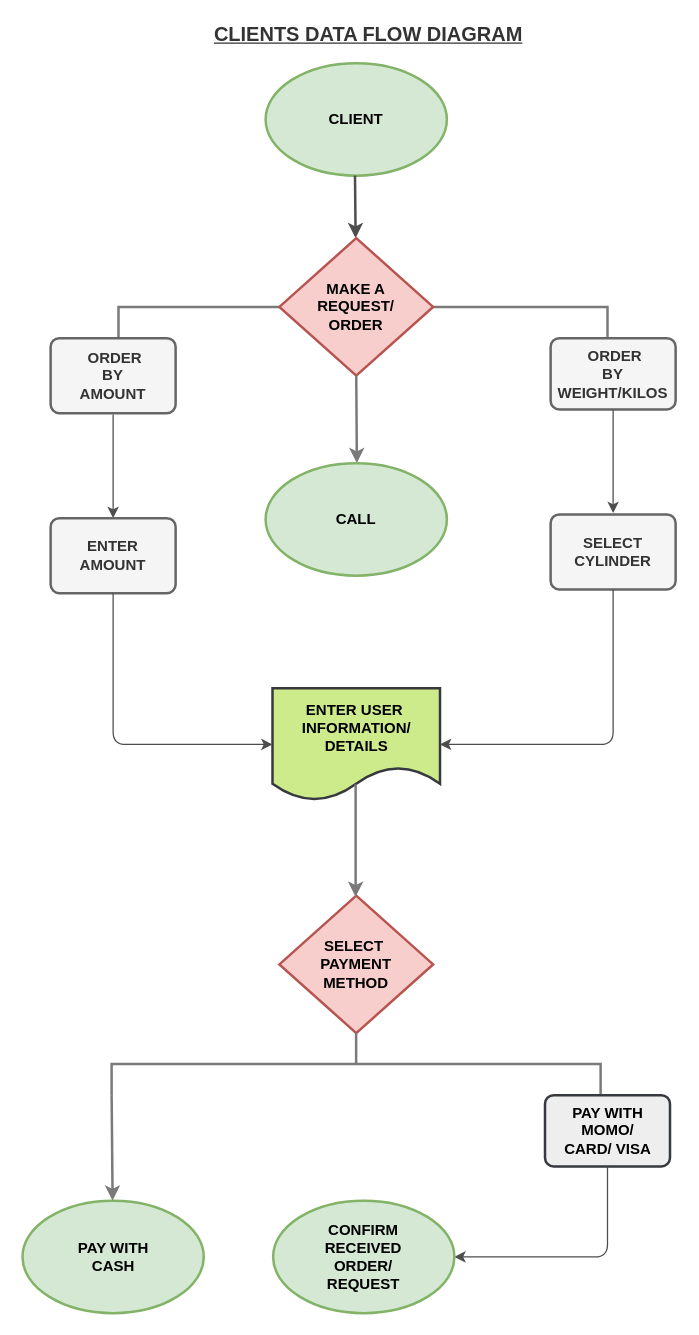
Above: page "CLIENTS" (1 of 3) of Untitled Diagram.drawio in bamfokbq/error404 (draw.io), before the change. Source tidied: cells renumbered, new cells numbered last; positions are measured from the earlier drawing's top-left corner, leaving out a move shared by most shapes. Both pictures are drawn from the tidied source at 125%, with x=0, y=0 at pixel (22, 21).
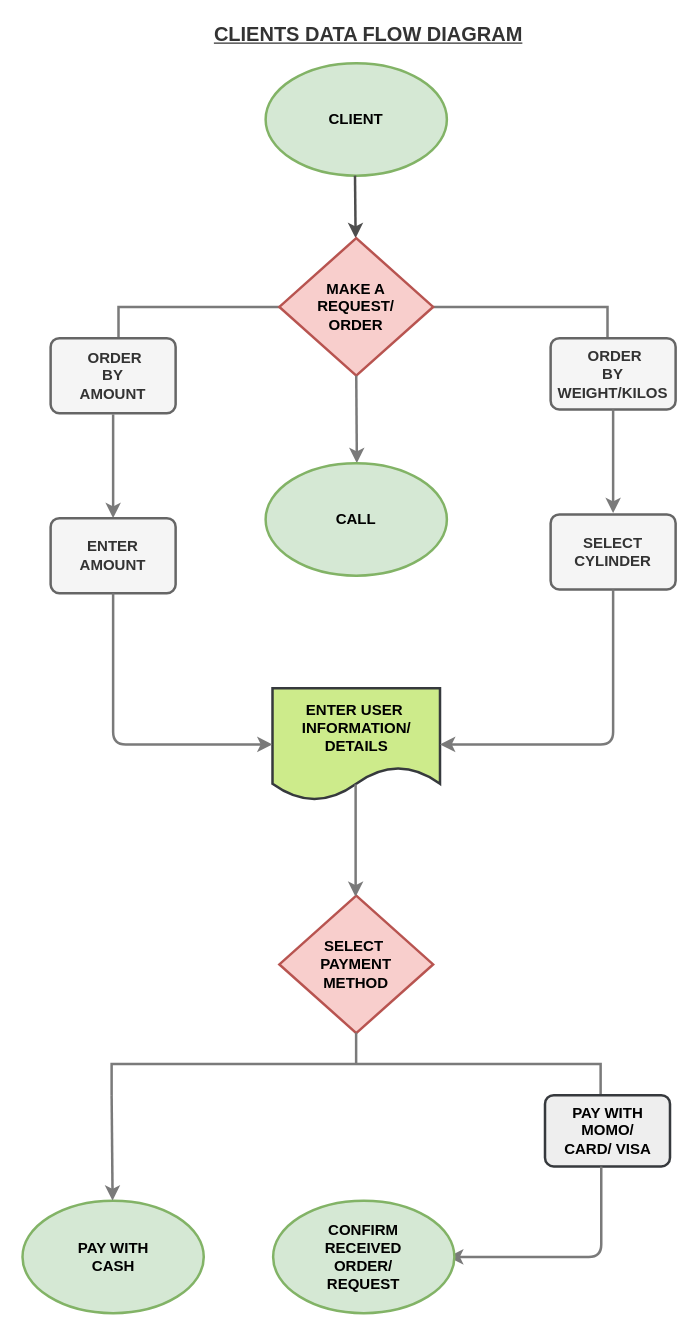
Above is the later version.

Unchanged cells that the change refers to:
```xml
<mxCell id="5" value="&lt;b&gt;&lt;span&gt;&amp;nbsp;ORDER&lt;/span&gt;&lt;br&gt;&lt;span&gt;BY&lt;/span&gt;&lt;br&gt;WEIGHT/KILOS&lt;/b&gt;" style="rounded=1;whiteSpace=wrap;html=1;absoluteArcSize=1;arcSize=14;strokeWidth=2;strokeColor=#666666;fillColor=#f5f5f5;fontColor=#333333;" parent="1" vertex="1">
  <mxGeometry x="422" y="253" width="100" height="57" as="geometry" />
</mxCell>
<mxCell id="12" value="&lt;b&gt;ENTER &lt;br&gt;AMOUNT&lt;/b&gt;" style="rounded=1;whiteSpace=wrap;html=1;absoluteArcSize=1;arcSize=14;strokeWidth=2;strokeColor=#666666;fillColor=#f5f5f5;fontColor=#333333;" parent="1" vertex="1">
  <mxGeometry x="22" y="397" width="100" height="60" as="geometry" />
</mxCell>
<mxCell id="13" value="&lt;b&gt;SELECT&lt;br&gt;CYLINDER&lt;/b&gt;" style="rounded=1;whiteSpace=wrap;html=1;absoluteArcSize=1;arcSize=14;strokeWidth=2;strokeColor=#666666;fillColor=#f5f5f5;fontColor=#333333;" parent="1" vertex="1">
  <mxGeometry x="422" y="394" width="100" height="60" as="geometry" />
</mxCell>
<mxCell id="14" value="&lt;b&gt;ENTER USER&amp;nbsp;&lt;br&gt;INFORMATION/&lt;br&gt;DETAILS&lt;/b&gt;" style="shape=document;whiteSpace=wrap;html=1;boundedLbl=1;strokeColor=#36393d;strokeWidth=2;fillColor=#cdeb8b;" parent="1" vertex="1">
  <mxGeometry x="199.5" y="533" width="134" height="90" as="geometry" />
</mxCell>
<mxCell id="20" value="&lt;span&gt;&lt;b&gt;PAY WITH MOMO/&lt;br&gt;CARD/ VISA&lt;/b&gt;&lt;/span&gt;" style="rounded=1;whiteSpace=wrap;html=1;absoluteArcSize=1;arcSize=14;strokeWidth=2;strokeColor=#36393d;fillColor=#eeeeee;" parent="1" vertex="1">
  <mxGeometry x="417.5" y="858.6" width="100" height="57" as="geometry" />
</mxCell>
<mxCell id="22" value="&lt;b&gt;CONFIRM&lt;br&gt;RECEIVED&lt;br&gt;ORDER/&lt;br&gt;REQUEST&lt;/b&gt;" style="strokeWidth=2;html=1;shape=mxgraph.flowchart.start_1;whiteSpace=wrap;strokeColor=#82b366;fillColor=#d5e8d4;" parent="1" vertex="1">
  <mxGeometry x="200" y="943" width="145" height="90" as="geometry" />
</mxCell>
```

The edit, as a diff of the source:
```diff
@@
-    <mxCell id="10" style="endArrow=classic;html=1;strokeColor=#4D4D4D;exitX=0.5;exitY=1;exitDx=0;exitDy=0;" parent="1" edge="1" source="5">
+    <mxCell id="10" style="endArrow=classic;html=1;exitX=0.5;exitY=1;exitDx=0;exitDy=0;strokeWidth=2;strokeColor=#7A7A7A;" parent="1" edge="1" source="5">
       <mxGeometry relative="1" as="geometry">
         <mxPoint x="472" y="393" as="targetPoint" />
       </mxGeometry>
     </mxCell>
-    <mxCell id="11" style="endArrow=classic;html=1;strokeColor=#4D4D4D;exitX=0.5;exitY=1;exitDx=0;exitDy=0;" parent="1" edge="1">
+    <mxCell id="11" style="endArrow=classic;html=1;exitX=0.5;exitY=1;exitDx=0;exitDy=0;strokeWidth=2;strokeColor=#7A7A7A;" parent="1" edge="1">
       <mxGeometry relative="1" as="geometry">
         <mxPoint x="72" y="314" as="sourcePoint" />
         <mxPoint x="72" y="397" as="targetPoint" />
       </mxGeometry>
     </mxCell>
@@
-    <mxCell id="15" style="endArrow=classic;html=1;strokeColor=#4D4D4D;edgeStyle=orthogonalEdgeStyle;exitX=0.5;exitY=1;exitDx=0;exitDy=0;entryX=1;entryY=0.5;entryDx=0;entryDy=0;" parent="1" edge="1" source="13" target="14">
+    <mxCell id="15" style="endArrow=classic;html=1;edgeStyle=orthogonalEdgeStyle;exitX=0.5;exitY=1;exitDx=0;exitDy=0;entryX=1;entryY=0.5;entryDx=0;entryDy=0;strokeWidth=2;strokeColor=#7A7A7A;" parent="1" edge="1" source="13" target="14">
       <mxGeometry relative="1" as="geometry">
         <Array as="points">
           <mxPoint x="472" y="578" />
         </Array>
       </mxGeometry>
     </mxCell>
-    <mxCell id="16" style="endArrow=classic;html=1;strokeColor=#4D4D4D;edgeStyle=orthogonalEdgeStyle;exitX=0.5;exitY=1;exitDx=0;exitDy=0;entryX=0;entryY=0.5;entryDx=0;entryDy=0;" parent="1" edge="1" source="12" target="14">
+    <mxCell id="16" style="endArrow=classic;html=1;edgeStyle=orthogonalEdgeStyle;exitX=0.5;exitY=1;exitDx=0;exitDy=0;entryX=0;entryY=0.5;entryDx=0;entryDy=0;strokeWidth=2;strokeColor=#7A7A7A;" parent="1" edge="1" source="12" target="14">
       <mxGeometry relative="1" as="geometry">
         <Array as="points">
           <mxPoint x="72" y="578" />
         </Array>
       </mxGeometry>
     </mxCell>
@@
-    <mxCell id="21" style="endArrow=classic;html=1;strokeColor=#4D4D4D;exitX=0.5;exitY=1;exitDx=0;exitDy=0;edgeStyle=orthogonalEdgeStyle;entryX=1;entryY=0.5;entryDx=0;entryDy=0;entryPerimeter=0;" parent="1" edge="1" source="20" target="22">
+    <mxCell id="21" style="endArrow=classic;html=1;exitX=0.5;exitY=1;exitDx=0;exitDy=0;edgeStyle=orthogonalEdgeStyle;entryX=1;entryY=0.5;entryDx=0;entryDy=0;entryPerimeter=0;strokeWidth=2;strokeColor=#7A7A7A;" parent="1" edge="1">
       <mxGeometry relative="1" as="geometry">
+        <mxPoint x="462.5" y="915.6" as="sourcePoint" />
+        <mxPoint x="340" y="988" as="targetPoint" />
         <Array as="points">
-          <mxPoint x="468" y="988" />
+          <mxPoint x="463" y="988" />
         </Array>
       </mxGeometry>
     </mxCell>
```
